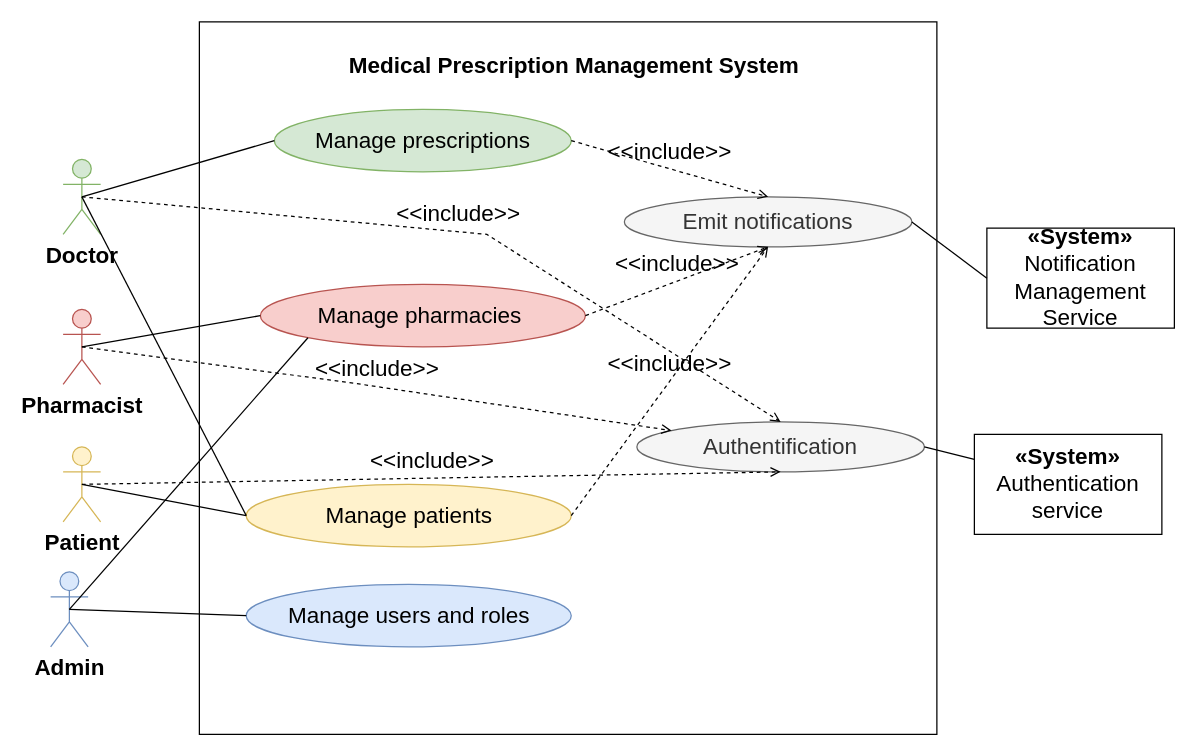
This is Use case_diagram/Global useCase diagram.drawio from siwar630/Conception-pfe, a draw.io file, before an edit. Source tidied: cells renumbered, new cells numbered last; positions are measured from the earlier drawing's top-left corner, leaving out a move shared by most shapes. Both pictures are drawn from the tidied source at 125%, with x=0, y=0 at pixel (50, 21).
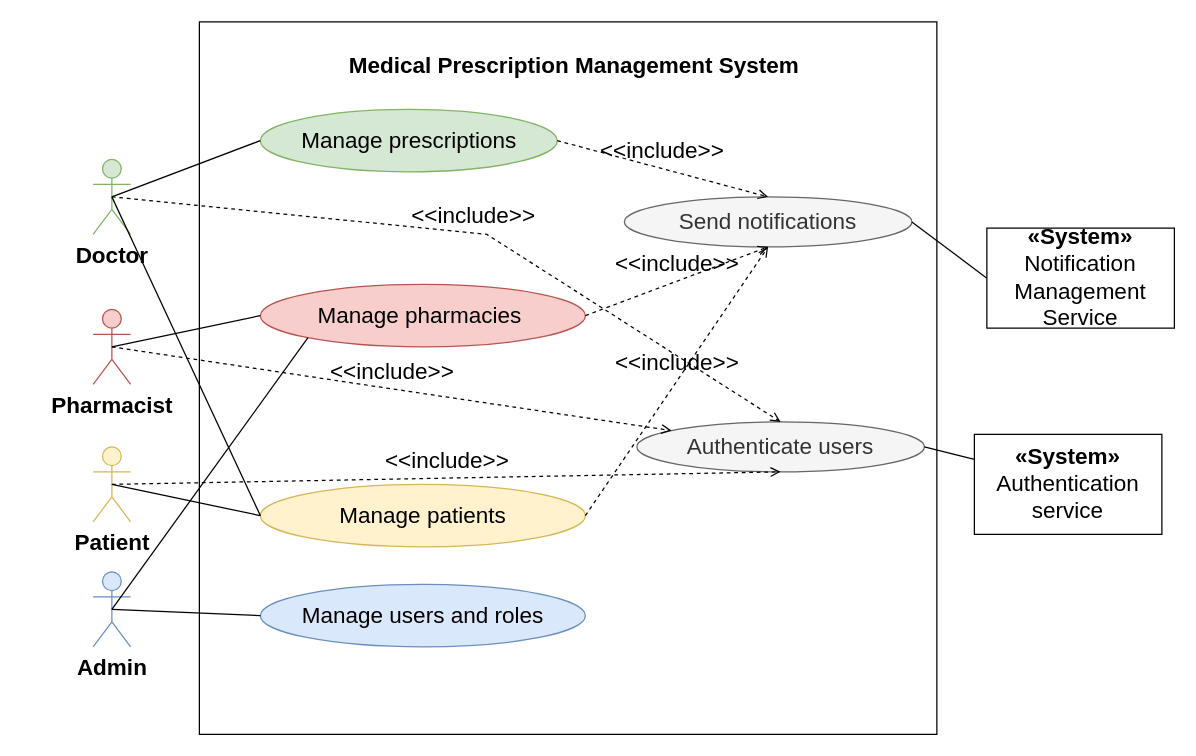
The same page after the edit.

Commit message:
Mettre à jour Global useCase diagram.drawio

Diff of the diagram source:
```diff
@@
     <mxCell id="4" value="&lt;span style=&quot;text-align: left; text-wrap-mode: wrap;&quot;&gt;Doctor&lt;/span&gt;" style="shape=umlActor;verticalLabelPosition=bottom;verticalAlign=top;html=1;outlineConnect=0;fillColor=#d5e8d4;strokeColor=#82b366;fontSize=18;fontStyle=1;" parent="1" vertex="1">
-      <mxGeometry x="10" y="110" width="30" height="60" as="geometry" />
+      <mxGeometry x="34" y="110" width="30" height="60" as="geometry" />
     </mxCell>
     <mxCell id="5" value="&lt;span style=&quot;text-align: left; text-wrap-mode: wrap;&quot;&gt;&lt;b&gt;Pharmacist&lt;/b&gt;&lt;/span&gt;" style="shape=umlActor;verticalLabelPosition=bottom;verticalAlign=top;html=1;outlineConnect=0;fillColor=#f8cecc;strokeColor=#b85450;fontSize=18;" parent="1" vertex="1">
-      <mxGeometry x="10" y="230" width="30" height="60" as="geometry" />
+      <mxGeometry x="34" y="230" width="30" height="60" as="geometry" />
     </mxCell>
     <mxCell id="6" value="&lt;b&gt;Patient&lt;/b&gt;" style="shape=umlActor;verticalLabelPosition=bottom;verticalAlign=top;html=1;outlineConnect=0;fillColor=#fff2cc;strokeColor=#d6b656;fontSize=18;" parent="1" vertex="1">
-      <mxGeometry x="10" y="340" width="30" height="60" as="geometry" />
+      <mxGeometry x="34" y="340" width="30" height="60" as="geometry" />
     </mxCell>
@@
     <mxCell id="8" value="&lt;span style=&quot;text-align: left;&quot;&gt;Manage prescriptions&lt;/span&gt;" style="ellipse;whiteSpace=wrap;html=1;align=center;fillColor=#d5e8d4;strokeColor=#82b366;fontSize=18;" parent="1" vertex="1">
-      <mxGeometry x="179" y="70" width="237.5" height="50" as="geometry" />
+      <mxGeometry x="167.8" y="70" width="237.5" height="50" as="geometry" />
     </mxCell>
@@
     <mxCell id="10" value="&lt;span style=&quot;text-align: left;&quot;&gt;Manage users and roles&lt;/span&gt;" style="ellipse;whiteSpace=wrap;html=1;align=center;fillColor=#dae8fc;strokeColor=#6c8ebf;fontSize=18;" parent="1" vertex="1">
-      <mxGeometry x="156.5" y="450" width="260" height="50" as="geometry" />
+      <mxGeometry x="167.8" y="450" width="260" height="50" as="geometry" />
     </mxCell>
     <mxCell id="11" value="&lt;span style=&quot;text-align: left;&quot;&gt;Manage patients&lt;/span&gt;" style="ellipse;whiteSpace=wrap;html=1;align=center;fillColor=#fff2cc;strokeColor=#d6b656;fontSize=18;" parent="1" vertex="1">
-      <mxGeometry x="156.5" y="370" width="260" height="50" as="geometry" />
+      <mxGeometry x="167.8" y="370" width="260" height="50" as="geometry" />
     </mxCell>
-    <mxCell id="12" value="&lt;span&gt;Authentification&lt;/span&gt;" style="ellipse;whiteSpace=wrap;html=1;align=center;fillColor=#f5f5f5;fontColor=#333333;strokeColor=#666666;fontSize=18;" parent="1" vertex="1">
+    <mxCell id="12" value="&lt;span&gt;Authenticate users&lt;/span&gt;" style="ellipse;whiteSpace=wrap;html=1;align=center;fillColor=#f5f5f5;fontColor=#333333;strokeColor=#666666;fontSize=18;" parent="1" vertex="1">
       <mxGeometry x="469" y="320" width="230" height="40" as="geometry" />
     </mxCell>
     <mxCell id="13" value="&lt;b&gt;Admin&lt;/b&gt;" style="shape=umlActor;verticalLabelPosition=bottom;verticalAlign=top;html=1;outlineConnect=0;fillColor=#dae8fc;strokeColor=#6c8ebf;fontSize=18;" parent="1" vertex="1">
-      <mxGeometry y="440" width="30" height="60" as="geometry" />
+      <mxGeometry x="34" y="440" width="30" height="60" as="geometry" />
     </mxCell>
@@
-    <mxCell id="22" value="&lt;span&gt;Emit notifications&lt;/span&gt;" style="ellipse;whiteSpace=wrap;html=1;align=center;fillColor=#f5f5f5;fontColor=#333333;strokeColor=#666666;fontSize=18;" parent="1" vertex="1">
+    <mxCell id="22" value="&lt;span&gt;Send notifications&lt;/span&gt;" style="ellipse;whiteSpace=wrap;html=1;align=center;fillColor=#f5f5f5;fontColor=#333333;strokeColor=#666666;fontSize=18;" parent="1" vertex="1">
       <mxGeometry x="459" y="140" width="230" height="40" as="geometry" />
     </mxCell>
```
